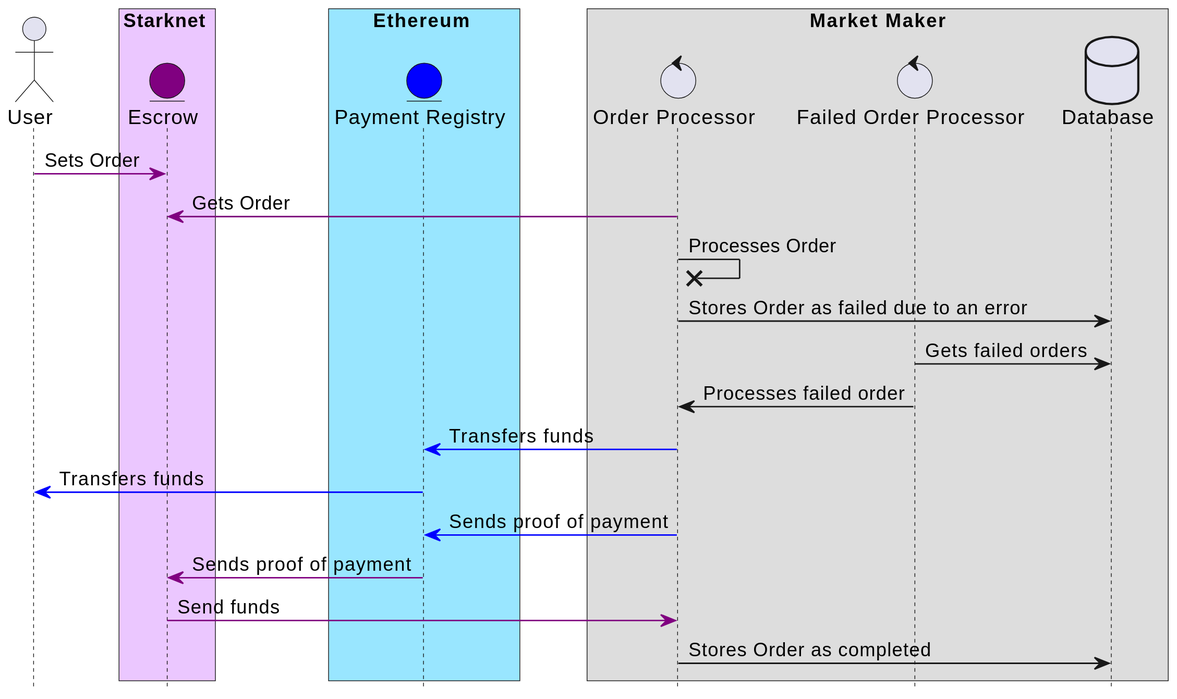
yetanotherco/yet-another-bridge keeps this PlantUML diagram as docs/mm_bot/images/failed_orders.svg. Above is the earlier version. Source of this version:
```plantuml
@startuml
hide footbox
actor User as U
box Starknet #ebc7ff
entity Escrow as E #purple
end box
box Ethereum #99e6ff
entity "Payment Registry" as PR #blue
end box
box "Market Maker"
control "Order Processor" as OP
control "Failed Order Processor" as FOP
database Database
end box

U -[#purple]> E : Sets Order
OP -[#purple]> E : Gets Order
OP ->x OP : Processes Order
OP -> Database : Stores Order as failed due to an error
FOP -> Database : Gets failed orders
FOP -> OP : Processes failed order
OP -[#blue]> PR : Transfers funds
PR -[#blue]> U: Transfers funds
OP -[#blue]> PR : Sends proof of payment
PR -[#purple]> E : Sends proof of payment
E -[#purple]> OP : Send funds
OP -> Database : Stores Order as completed
@enduml
```
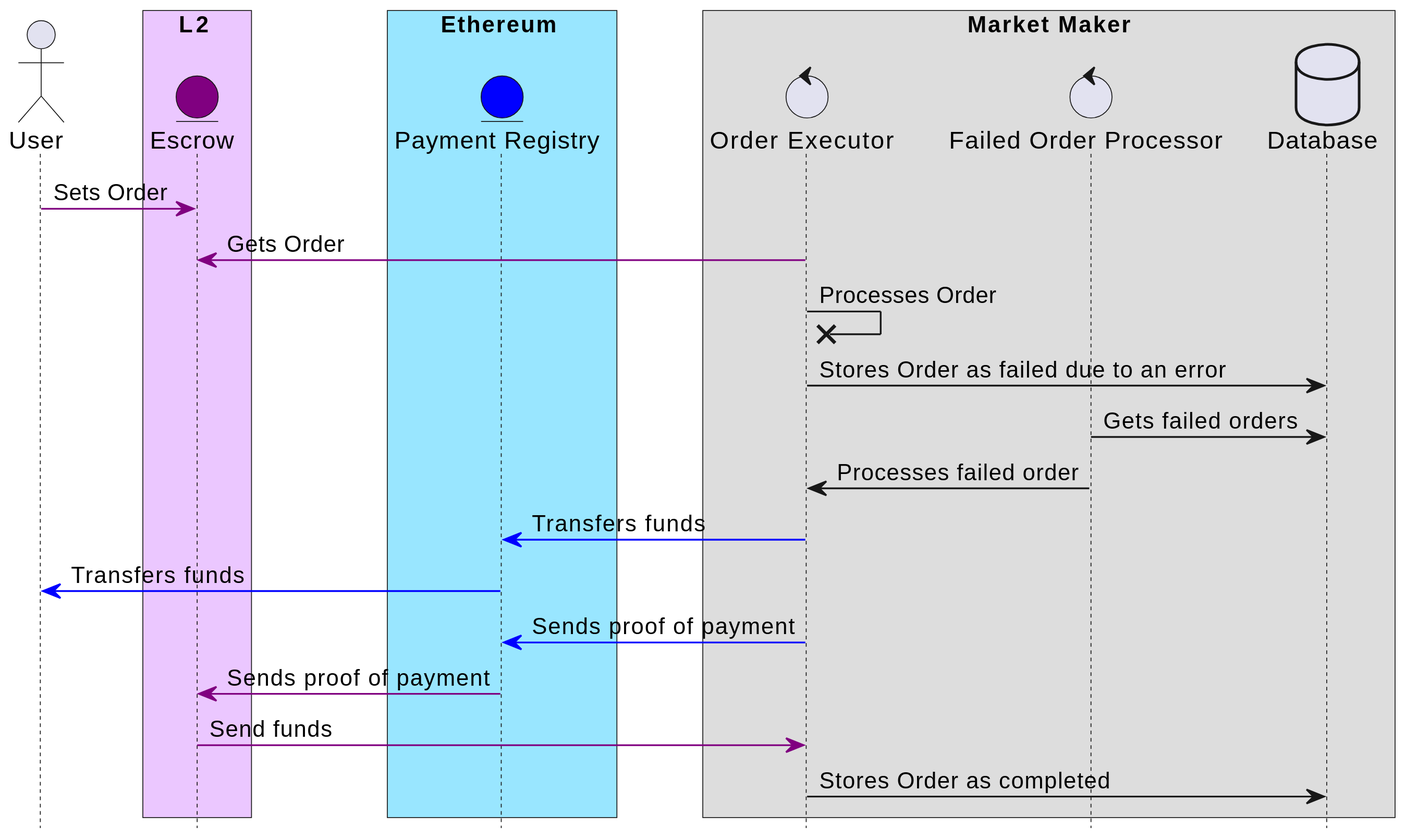
After the change.

Diff of the diagram source:
```diff
@@ -1,14 +1,14 @@
 @startuml
 hide footbox
 actor User as U
-box Starknet #ebc7ff
+box L2 #ebc7ff
 entity Escrow as E #purple
 end box
 box Ethereum #99e6ff
 entity "Payment Registry" as PR #blue
 end box
 box "Market Maker"
-control "Order Processor" as OP
+control "Order Executor" as OP
 control "Failed Order Processor" as FOP
 database Database
 end box
```
